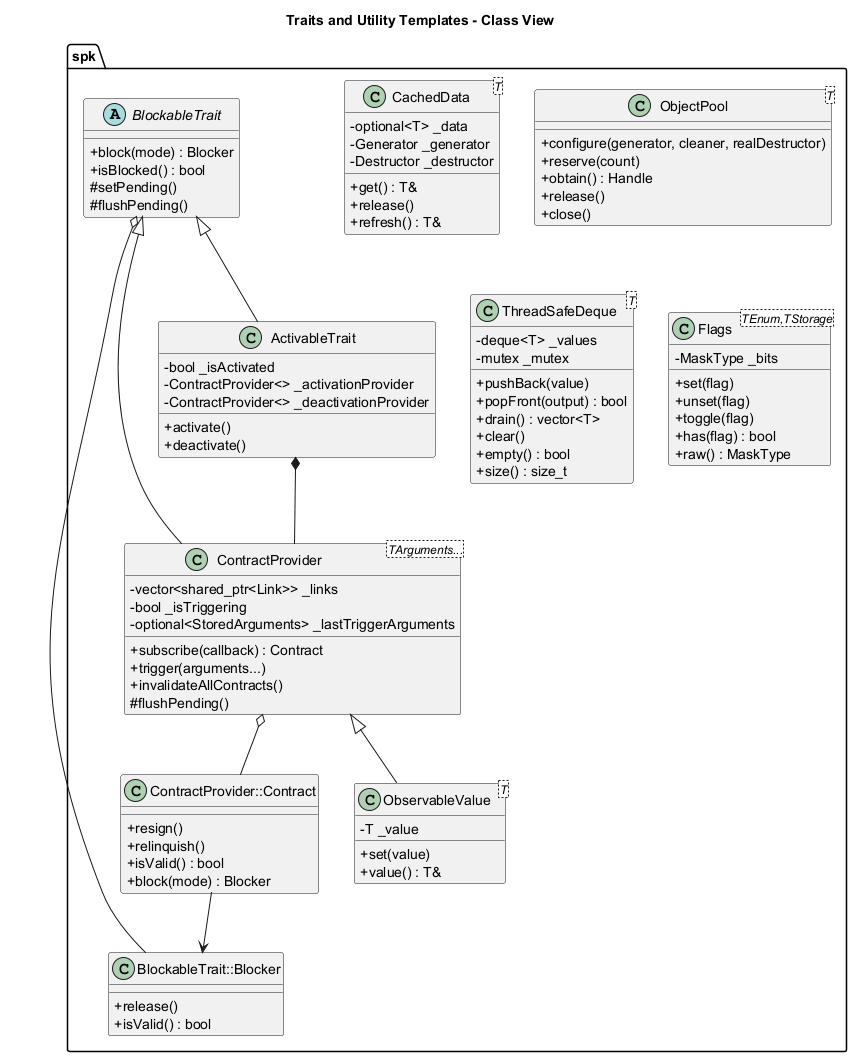
This is documentation/architecture/diagrams/traits-and-utilities-class.png from Hyarius/Sparkle, a PlantUML export, as it was before one commit. The source it was exported from:
```plantuml
@startuml
title Traits and Utility Templates - Class View

skinparam classAttributeIconSize 0

namespace spk {
	abstract class BlockableTrait {
		+ block(mode) : Blocker
		+ isBlocked() : bool
		# setPending()
		# flushPending()
	}

	class "BlockableTrait::Blocker" as Blocker {
		+ release()
		+ isValid() : bool
	}

	class "ContractProvider<TArguments...>" as ContractProvider {
		- vector<shared_ptr<Link>> _links
		- bool _isTriggering
		- optional<StoredArguments> _lastTriggerArguments
		+ subscribe(callback) : Contract
		+ trigger(arguments...)
		+ invalidateAllContracts()
		# flushPending()
	}

	class "ContractProvider::Contract" as Contract {
		+ resign()
		+ relinquish()
		+ isValid() : bool
		+ block(mode) : Blocker
	}

	class ActivableTrait {
		- bool _isActivated
		- ContractProvider<> _activationProvider
		- ContractProvider<> _deactivationProvider
		+ activate()
		+ deactivate()
	}

	class "ObservableValue<T>" as ObservableValue {
		- T _value
		+ set(value)
		+ value() : T&
	}

	class "CachedData<T>" as CachedData {
		- optional<T> _data
		- Generator _generator
		- Destructor _destructor
		+ get() : T&
		+ release()
		+ refresh() : T&
	}

	class "ObjectPool<T>" as ObjectPool {
		+ configure(generator, cleaner, realDestructor)
		+ reserve(count)
		+ obtain() : Handle
		+ release()
		+ close()
	}

	class "ThreadSafeDeque<T>" as ThreadSafeDeque {
		- deque<T> _values
		- mutex _mutex
		+ pushBack(value)
		+ popFront(output) : bool
		+ drain() : vector<T>
		+ clear()
		+ empty() : bool
		+ size() : size_t
	}

	class "Flags<TEnum,TStorage>" as Flags {
		- MaskType _bits
		+ set(flag)
		+ unset(flag)
		+ toggle(flag)
		+ has(flag) : bool
		+ raw() : MaskType
	}
}

spk.BlockableTrait <|-- spk.ContractProvider
spk.BlockableTrait <|-- spk.ActivableTrait
spk.ContractProvider <|-- spk.ObservableValue
spk.BlockableTrait o-- spk.Blocker
spk.ContractProvider o-- spk.Contract
spk.Contract --> spk.Blocker
spk.ActivableTrait *-- spk.ContractProvider

@enduml
```
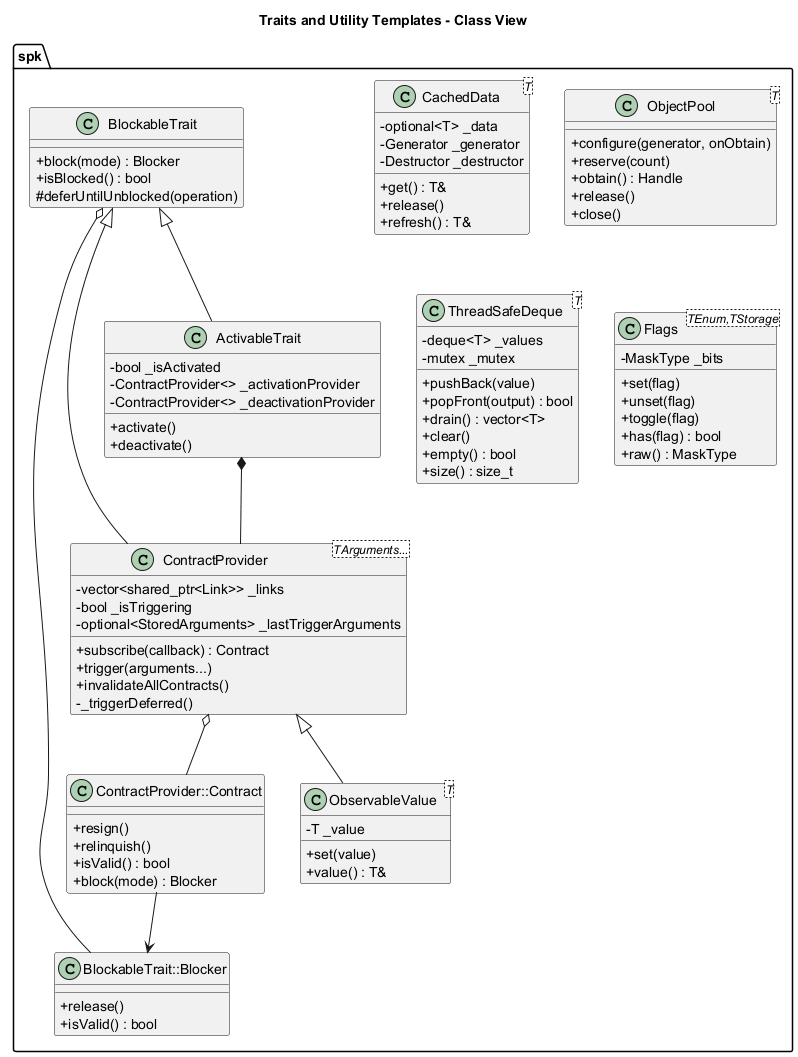
Above is the later version.

Change to the diagram source:
```diff
@@ -4,11 +4,10 @@
 skinparam classAttributeIconSize 0
 
 namespace spk {
-	abstract class BlockableTrait {
+	class BlockableTrait {
 		+ block(mode) : Blocker
 		+ isBlocked() : bool
-		# setPending()
-		# flushPending()
+		# deferUntilUnblocked(operation)
 	}
 
 	class "BlockableTrait::Blocker" as Blocker {
@@ -23,7 +22,7 @@
 		+ subscribe(callback) : Contract
 		+ trigger(arguments...)
 		+ invalidateAllContracts()
-		# flushPending()
+		- _triggerDeferred()
 	}
 
 	class "ContractProvider::Contract" as Contract {
@@ -57,7 +56,7 @@
 	}
 
 	class "ObjectPool<T>" as ObjectPool {
-		+ configure(generator, cleaner, realDestructor)
+		+ configure(generator, onObtain)
 		+ reserve(count)
 		+ obtain() : Handle
 		+ release()
```
